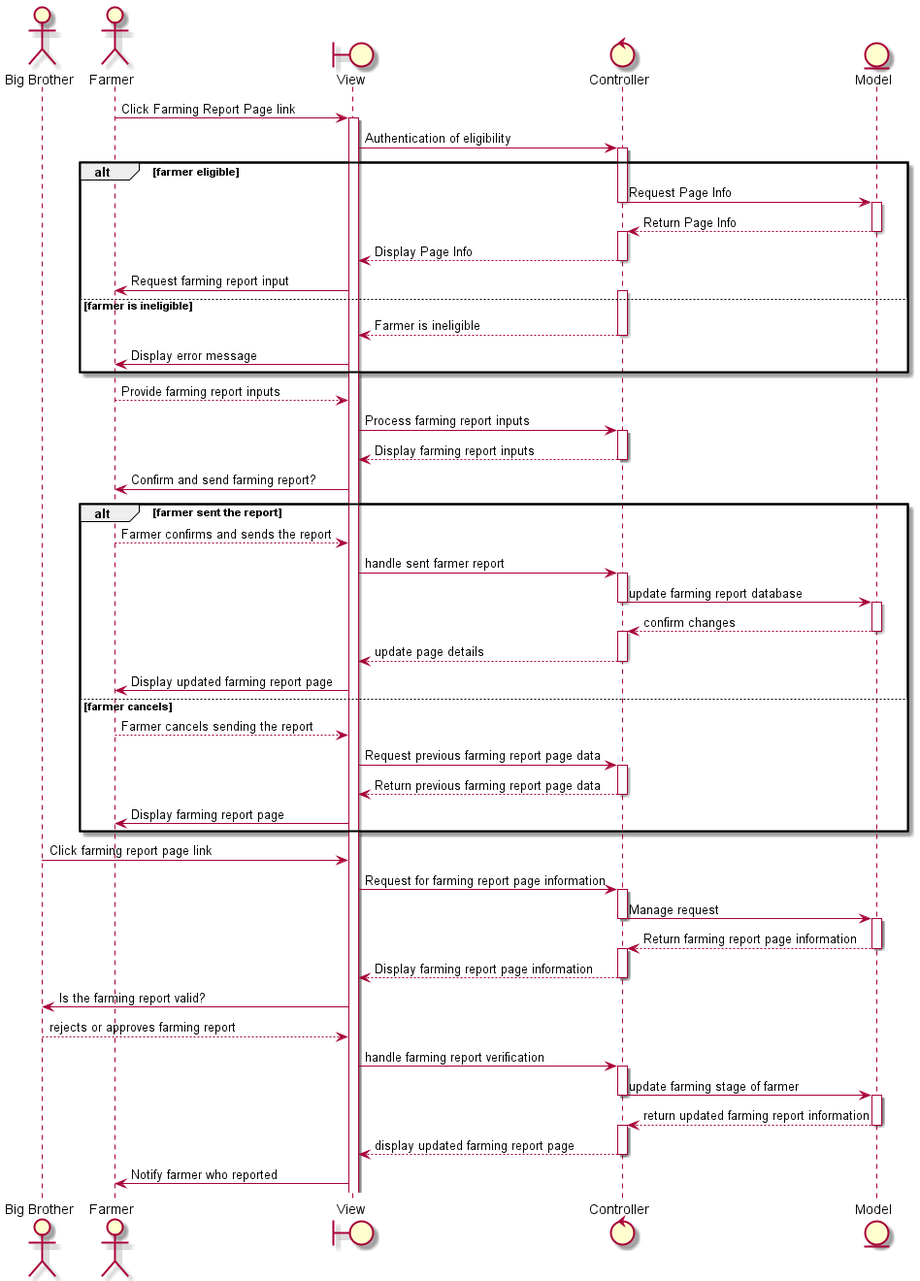
Before: out/plantuml/proposed/sequence/overview-report/overview-report.png, a diagram exported from PlantUML (radical-doubting/anikultura-diagrams).
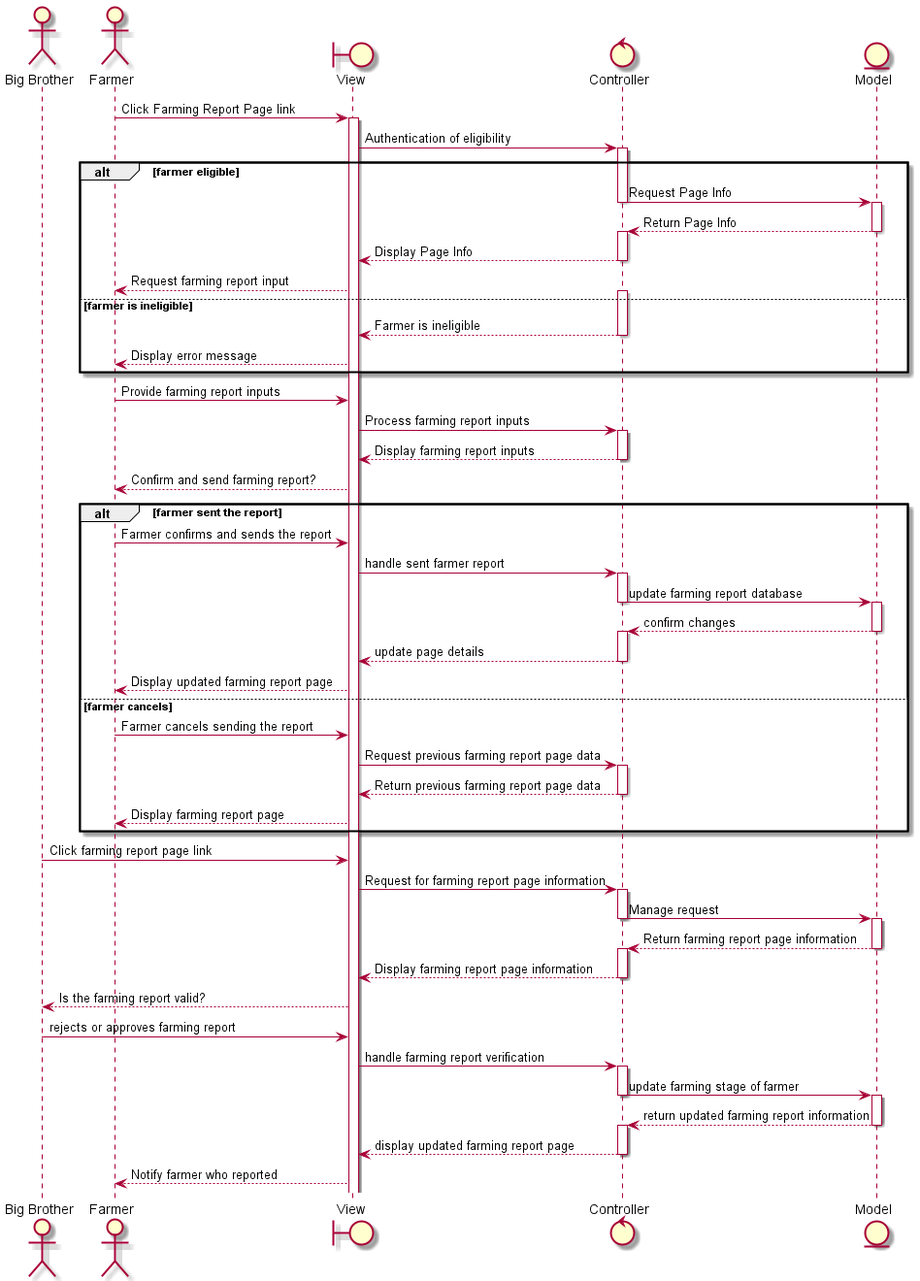
Later version of the same file.

What changed in the source:
```diff
@@ -24,25 +24,25 @@
     controller --> view: Display Page Info
     deactivate controller
 
-    view -> farmer: Request farming report input
+    view --> farmer: Request farming report input
     activate controller
 
 else farmer is ineligible
     controller --> view: Farmer is ineligible
     deactivate controller
-    view -> farmer: Display error message
+    view --> farmer: Display error message
 end
 
-farmer --> view: Provide farming report inputs
+farmer -> view: Provide farming report inputs
 view -> controller: Process farming report inputs
 activate controller
 controller --> view: Display farming report inputs
 deactivate controller
-view -> farmer: Confirm and send farming report?
+view --> farmer: Confirm and send farming report?
 
 alt farmer sent the report
 
-    farmer --> view: Farmer confirms and sends the report
+    farmer -> view: Farmer confirms and sends the report
     view -> controller: handle sent farmer report
     activate controller
     controller -> model: update farming report database
@@ -53,14 +53,14 @@
     activate controller
     controller --> view: update page details
     deactivate controller
-    view -> farmer: Display updated farming report page
+    view --> farmer: Display updated farming report page
 else farmer cancels
-    farmer --> view: Farmer cancels sending the report
+    farmer -> view: Farmer cancels sending the report
     view -> controller: Request previous farming report page data
     activate controller
     controller --> view: Return previous farming report page data
     deactivate controller
-    view -> farmer: Display farming report page
+    view --> farmer: Display farming report page
 end
 
 bigbro -> view: Click farming report page link
@@ -74,8 +74,8 @@
 activate controller
 controller --> view: Display farming report page information
 deactivate controller
-view -> bigbro: Is the farming report valid?
-bigbro --> view: rejects or approves farming report
+view --> bigbro: Is the farming report valid?
+bigbro -> view: rejects or approves farming report
 view -> controller: handle farming report verification
 activate controller
 controller -> model: update farming stage of farmer
@@ -86,6 +86,6 @@
 activate controller
 controller --> view: display updated farming report page
 deactivate controller
-view -> farmer: Notify farmer who reported
+view --> farmer: Notify farmer who reported
 
 @enduml
```
